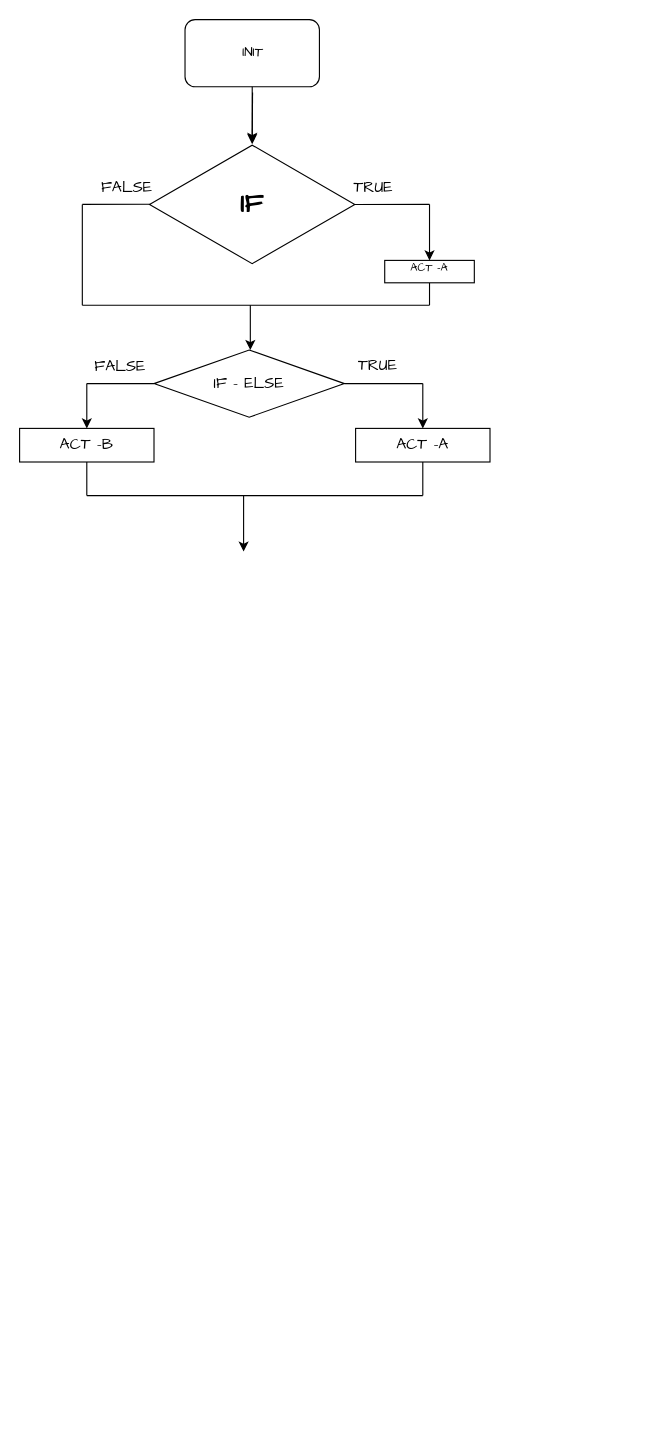
This is Diagrama-practica-0102.drawio from jlojimeagu/practica0102_GIThub, a draw.io file, before an edit. Source tidied: cells renumbered, new cells numbered last; positions are measured from the earlier drawing's top-left corner, leaving out a move shared by most shapes. Both pictures are drawn from the tidied source at 112%, with x=0, y=0 at pixel (19, 19).
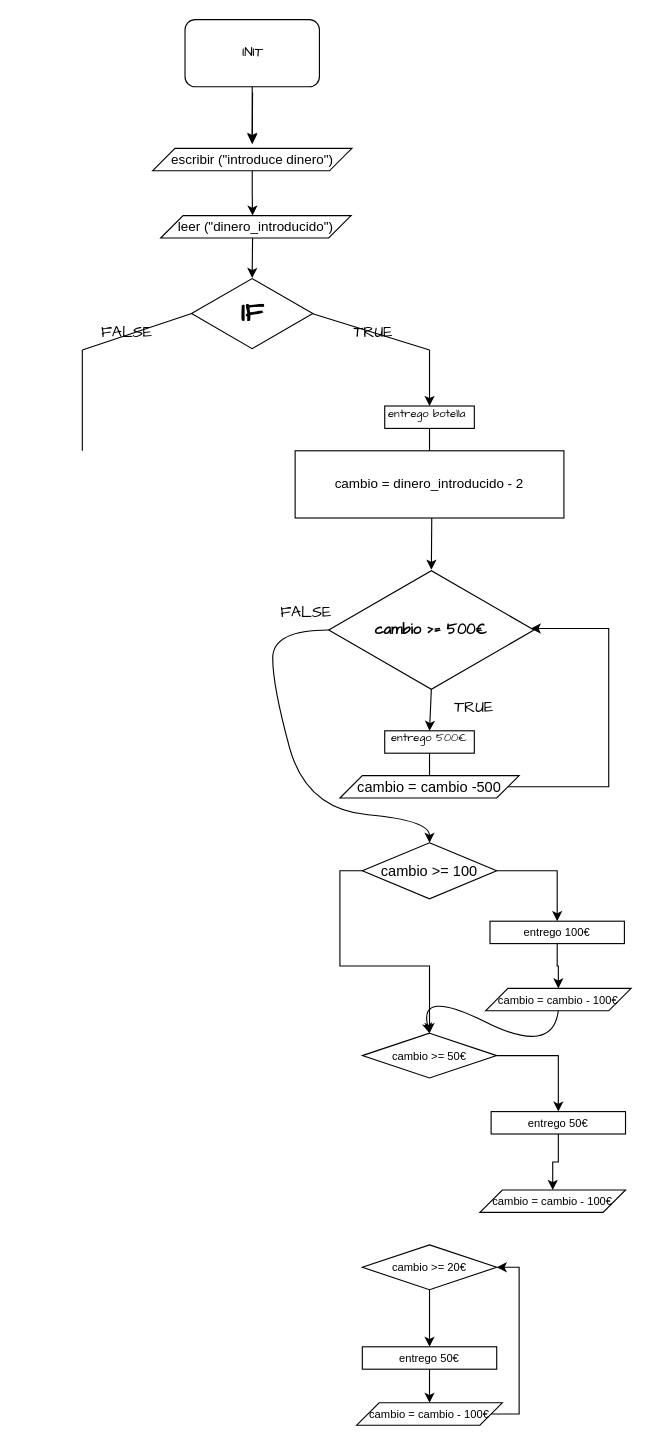
The same diagram, later.

Diff of the diagram source:
```diff
@@
-    <mxCell id="2" value="&lt;h4 style=&quot;font-size: 24px;&quot;&gt;IF&lt;/h4&gt;" style="html=1;whiteSpace=wrap;shape=isoRectangle;labelBackgroundColor=none;strokeColor=default;strokeWidth=1;fontFamily=Comic Sans MS;gradientColor=none;" parent="1" vertex="1">
-      <mxGeometry x="116" y="110" width="183.3" height="110" as="geometry" />
-    </mxCell>
-    <mxCell id="3" style="endArrow=none;html=1;rounded=0;fontFamily=Comic Sans MS;fontSize=24;entryX=0.002;entryY=0.499;entryDx=0;entryDy=0;entryPerimeter=0;" parent="1" edge="1" target="2">
-      <mxGeometry relative="1" as="geometry">
-        <mxPoint x="56" y="165" as="sourcePoint" />
-      </mxGeometry>
-    </mxCell>
-    <mxCell id="4" style="endArrow=none;html=1;rounded=0;fontFamily=Comic Sans MS;fontSize=24;" parent="1" edge="1">
-      <mxGeometry relative="1" as="geometry">
-        <mxPoint x="56" y="255" as="sourcePoint" />
-        <mxPoint x="56" y="165" as="targetPoint" />
-      </mxGeometry>
-    </mxCell>
-    <mxCell id="5" style="endArrow=none;html=1;rounded=0;fontFamily=Comic Sans MS;fontSize=24;" parent="1" edge="1">
-      <mxGeometry relative="1" as="geometry">
-        <mxPoint x="56" y="255" as="sourcePoint" />
-        <mxPoint x="366" y="255" as="targetPoint" />
-      </mxGeometry>
-    </mxCell>
-    <mxCell id="6" style="endArrow=none;html=1;rounded=0;fontFamily=Comic Sans MS;fontSize=24;" parent="1" edge="1">
-      <mxGeometry relative="1" as="geometry">
-        <mxPoint x="366" y="235" as="sourcePoint" />
-        <mxPoint x="366" y="255" as="targetPoint" />
-      </mxGeometry>
-    </mxCell>
-    <mxCell id="7" value="&lt;font size=&quot;1&quot;&gt;ACT -A&lt;/font&gt;" style="rounded=0;whiteSpace=wrap;html=1;labelBackgroundColor=none;strokeColor=default;strokeWidth=1;fontFamily=Comic Sans MS;fontSize=24;gradientColor=none;verticalAlign=bottom;align=center;" parent="1" vertex="1">
-      <mxGeometry x="326" y="215" width="80" height="20" as="geometry" />
-    </mxCell>
-    <mxCell id="8" style="endArrow=classic;html=1;rounded=0;fontFamily=Comic Sans MS;fontSize=14;entryX=0.5;entryY=0;entryDx=0;entryDy=0;" parent="1" edge="1" target="7">
-      <mxGeometry relative="1" as="geometry">
-        <mxPoint x="366" y="165" as="sourcePoint" />
-      </mxGeometry>
-    </mxCell>
-    <mxCell id="9" style="endArrow=none;html=1;rounded=0;fontFamily=Comic Sans MS;fontSize=14;exitX=0.999;exitY=0.501;exitDx=0;exitDy=0;exitPerimeter=0;" parent="1" edge="1" source="2">
-      <mxGeometry relative="1" as="geometry">
-        <mxPoint x="366" y="165" as="targetPoint" />
-      </mxGeometry>
-    </mxCell>
-    <mxCell id="10" style="endArrow=classic;html=1;rounded=0;fontFamily=Comic Sans MS;fontSize=14;entryX=0.5;entryY=0.011;entryDx=0;entryDy=0;entryPerimeter=0;" parent="1" edge="1" target="2">
+    <mxCell id="10" style="endArrow=classic;html=1;rounded=0;fontFamily=Comic Sans MS;fontSize=14;entryX=0.5;entryY=0.011;entryDx=0;entryDy=0;entryPerimeter=0;" parent="1" edge="1">
       <mxGeometry relative="1" as="geometry">
         <mxPoint x="208" y="65" as="sourcePoint" />
+        <mxPoint x="207.7" y="111.2" as="targetPoint" />
       </mxGeometry>
     </mxCell>
-    <mxCell id="11" style="endArrow=classic;html=1;rounded=0;fontFamily=Comic Sans MS;fontSize=14;" parent="1" edge="1">
-      <mxGeometry relative="1" as="geometry">
-        <mxPoint x="206" y="255" as="sourcePoint" />
-        <mxPoint x="206" y="295" as="targetPoint" />
-      </mxGeometry>
-    </mxCell>
-    <mxCell id="12" value="FALSE" style="text;html=1;strokeColor=none;fillColor=none;align=center;verticalAlign=middle;whiteSpace=wrap;rounded=0;labelBackgroundColor=none;strokeWidth=1;fontFamily=Comic Sans MS;fontSize=14;" parent="1" vertex="1">
-      <mxGeometry x="66" y="135" width="60" height="30" as="geometry" />
-    </mxCell>
-    <mxCell id="13" value="TRUE" style="text;html=1;strokeColor=none;fillColor=none;align=center;verticalAlign=middle;whiteSpace=wrap;rounded=0;labelBackgroundColor=none;strokeWidth=1;fontFamily=Comic Sans MS;fontSize=14;" parent="1" vertex="1">
-      <mxGeometry x="286" y="135" width="60" height="30" as="geometry" />
-    </mxCell>
@@
-    <mxCell id="17" value="IF - ELSE" style="rhombus;whiteSpace=wrap;html=1;labelBackgroundColor=none;strokeColor=default;strokeWidth=1;fontFamily=Comic Sans MS;fontSize=14;gradientColor=none;" parent="1" vertex="1">
-      <mxGeometry x="120" y="295" width="170" height="60" as="geometry" />
-    </mxCell>
-    <mxCell id="18" style="endArrow=none;html=1;rounded=0;fontFamily=Comic Sans MS;fontSize=14;entryX=0;entryY=0.5;entryDx=0;entryDy=0;" parent="1" edge="1" target="17">
-      <mxGeometry relative="1" as="geometry">
-        <mxPoint x="60" y="325" as="sourcePoint" />
-      </mxGeometry>
-    </mxCell>
-    <mxCell id="19" style="endArrow=classic;html=1;rounded=0;fontFamily=Comic Sans MS;fontSize=14;" parent="1" edge="1">
-      <mxGeometry relative="1" as="geometry">
-        <mxPoint x="60" y="325" as="sourcePoint" />
-        <mxPoint x="60" y="365" as="targetPoint" />
-      </mxGeometry>
-    </mxCell>
-    <mxCell id="20" value="ACT -B" style="rounded=0;whiteSpace=wrap;html=1;labelBackgroundColor=none;strokeColor=default;strokeWidth=1;fontFamily=Comic Sans MS;fontSize=14;gradientColor=none;" parent="1" vertex="1">
-      <mxGeometry y="365" width="120" height="30" as="geometry" />
-    </mxCell>
-    <mxCell id="21" style="endArrow=none;html=1;rounded=0;fontFamily=Comic Sans MS;fontSize=14;exitX=1;exitY=0.5;exitDx=0;exitDy=0;" parent="1" edge="1" source="17">
-      <mxGeometry relative="1" as="geometry">
-        <mxPoint x="360" y="325" as="targetPoint" />
-      </mxGeometry>
-    </mxCell>
-    <mxCell id="22" style="endArrow=classic;html=1;rounded=0;fontFamily=Comic Sans MS;fontSize=14;" parent="1" edge="1">
-      <mxGeometry relative="1" as="geometry">
-        <mxPoint x="360" y="325" as="sourcePoint" />
-        <mxPoint x="360" y="365" as="targetPoint" />
-      </mxGeometry>
-    </mxCell>
-    <mxCell id="23" value="ACT -A" style="rounded=0;whiteSpace=wrap;html=1;labelBackgroundColor=none;strokeColor=default;strokeWidth=1;fontFamily=Comic Sans MS;fontSize=14;gradientColor=none;" parent="1" vertex="1">
-      <mxGeometry x="300" y="365" width="120" height="30" as="geometry" />
-    </mxCell>
-    <mxCell id="24" value="FALSE" style="text;html=1;strokeColor=none;fillColor=none;align=center;verticalAlign=middle;whiteSpace=wrap;rounded=0;labelBackgroundColor=none;strokeWidth=1;fontFamily=Comic Sans MS;fontSize=14;" parent="1" vertex="1">
-      <mxGeometry x="60" y="295" width="60" height="30" as="geometry" />
-    </mxCell>
-    <mxCell id="25" value="TRUE" style="text;html=1;strokeColor=none;fillColor=none;align=center;verticalAlign=middle;whiteSpace=wrap;rounded=0;labelBackgroundColor=none;strokeWidth=1;fontFamily=Comic Sans MS;fontSize=14;" parent="1" vertex="1">
-      <mxGeometry x="290" y="294" width="60" height="30" as="geometry" />
-    </mxCell>
-    <mxCell id="26" style="endArrow=none;html=1;rounded=0;fontFamily=Comic Sans MS;fontSize=14;entryX=0.5;entryY=1;entryDx=0;entryDy=0;" parent="1" edge="1" target="20">
-      <mxGeometry relative="1" as="geometry">
-        <mxPoint x="60" y="425" as="sourcePoint" />
-      </mxGeometry>
-    </mxCell>
-    <mxCell id="27" style="endArrow=none;html=1;rounded=0;fontFamily=Comic Sans MS;fontSize=14;entryX=0.5;entryY=1;entryDx=0;entryDy=0;" parent="1" edge="1" target="23">
-      <mxGeometry relative="1" as="geometry">
-        <mxPoint x="360" y="425" as="sourcePoint" />
-      </mxGeometry>
-    </mxCell>
-    <mxCell id="28" style="endArrow=none;html=1;rounded=0;fontFamily=Comic Sans MS;fontSize=14;" parent="1" edge="1">
-      <mxGeometry relative="1" as="geometry">
-        <mxPoint x="60" y="425" as="sourcePoint" />
-        <mxPoint x="360" y="425" as="targetPoint" />
-      </mxGeometry>
-    </mxCell>
-    <mxCell id="29" style="endArrow=classic;html=1;rounded=0;fontFamily=Comic Sans MS;fontSize=14;" parent="1" edge="1">
-      <mxGeometry relative="1" as="geometry">
-        <mxPoint x="200" y="425" as="sourcePoint" />
-        <mxPoint x="200" y="475" as="targetPoint" />
-      </mxGeometry>
-    </mxCell>
+    <mxCell id="30" style="edgeStyle=orthogonalEdgeStyle;rounded=0;jettySize=auto;html=1;exitX=0.5;exitY=1;exitDx=0;exitDy=0;" parent="1" edge="1" source="31">
+      <mxGeometry relative="1" as="geometry">
+        <mxPoint x="208" y="175" as="targetPoint" />
+      </mxGeometry>
+    </mxCell>
+    <mxCell id="31" value="escribir (&quot;introduce dinero&quot;)" style="shape=parallelogram;perimeter=parallelogramPerimeter;whiteSpace=wrap;html=1;fixedSize=1;" parent="1" vertex="1">
+      <mxGeometry x="118.7" y="115" width="178" height="20" as="geometry" />
+    </mxCell>
+    <mxCell id="32" value="leer (&quot;dinero_introducido&quot;)" style="shape=parallelogram;perimeter=parallelogramPerimeter;whiteSpace=wrap;html=1;fixedSize=1;" parent="1" vertex="1">
+      <mxGeometry x="126" y="175" width="170" height="20" as="geometry" />
+    </mxCell>
+    <mxCell id="2" value="&lt;h4 style=&quot;font-size: 24px;&quot;&gt;IF&lt;/h4&gt;" style="html=1;whiteSpace=wrap;shape=isoRectangle;labelBackgroundColor=none;strokeColor=default;strokeWidth=1;fontFamily=Comic Sans MS;gradientColor=none;" parent="1" vertex="1">
+      <mxGeometry x="153.5" y="230" width="108.3" height="65" as="geometry" />
+    </mxCell>
+    <mxCell id="33" style="endArrow=none;html=1;rounded=0;fontFamily=Comic Sans MS;fontSize=24;entryX=0.002;entryY=0.499;entryDx=0;entryDy=0;entryPerimeter=0;" parent="1" edge="1" target="2">
+      <mxGeometry relative="1" as="geometry">
+        <mxPoint x="56" y="295" as="sourcePoint" />
+      </mxGeometry>
+    </mxCell>
+    <mxCell id="34" style="endArrow=none;html=1;rounded=0;fontFamily=Comic Sans MS;fontSize=24;" parent="1" edge="1">
+      <mxGeometry relative="1" as="geometry">
+        <mxPoint x="56" y="385" as="sourcePoint" />
+        <mxPoint x="56" y="295" as="targetPoint" />
+      </mxGeometry>
+    </mxCell>
+    <mxCell id="35" style="endArrow=none;html=1;rounded=0;fontFamily=Comic Sans MS;fontSize=24;" parent="1" edge="1">
+      <mxGeometry relative="1" as="geometry">
+        <mxPoint x="366" y="365" as="sourcePoint" />
+        <mxPoint x="366" y="385" as="targetPoint" />
+      </mxGeometry>
+    </mxCell>
+    <mxCell id="36" value="&lt;font size=&quot;1&quot;&gt;entrego botella&amp;nbsp;&lt;/font&gt;" style="rounded=0;whiteSpace=wrap;html=1;labelBackgroundColor=none;strokeColor=default;strokeWidth=1;fontFamily=Comic Sans MS;fontSize=24;gradientColor=none;verticalAlign=bottom;align=center;" parent="1" vertex="1">
+      <mxGeometry x="326" y="345" width="80" height="20" as="geometry" />
+    </mxCell>
+    <mxCell id="37" style="endArrow=classic;html=1;rounded=0;fontFamily=Comic Sans MS;fontSize=14;entryX=0.5;entryY=0;entryDx=0;entryDy=0;" parent="1" edge="1" target="36">
+      <mxGeometry relative="1" as="geometry">
+        <mxPoint x="366" y="295" as="sourcePoint" />
+      </mxGeometry>
+    </mxCell>
+    <mxCell id="38" style="endArrow=none;html=1;rounded=0;fontFamily=Comic Sans MS;fontSize=14;exitX=0.999;exitY=0.501;exitDx=0;exitDy=0;exitPerimeter=0;" parent="1" edge="1" source="2">
+      <mxGeometry relative="1" as="geometry">
+        <mxPoint x="366" y="295" as="targetPoint" />
+      </mxGeometry>
+    </mxCell>
+    <mxCell id="39" style="endArrow=classic;html=1;rounded=0;fontFamily=Comic Sans MS;fontSize=14;entryX=0.5;entryY=0.011;entryDx=0;entryDy=0;entryPerimeter=0;" parent="1" edge="1" target="2">
+      <mxGeometry relative="1" as="geometry">
+        <mxPoint x="208" y="195" as="sourcePoint" />
+      </mxGeometry>
+    </mxCell>
+    <mxCell id="40" value="FALSE" style="text;html=1;strokeColor=none;fillColor=none;align=center;verticalAlign=middle;whiteSpace=wrap;rounded=0;labelBackgroundColor=none;strokeWidth=1;fontFamily=Comic Sans MS;fontSize=14;" parent="1" vertex="1">
+      <mxGeometry x="66" y="265" width="60" height="30" as="geometry" />
+    </mxCell>
+    <mxCell id="41" value="TRUE" style="text;html=1;strokeColor=none;fillColor=none;align=center;verticalAlign=middle;whiteSpace=wrap;rounded=0;labelBackgroundColor=none;strokeWidth=1;fontFamily=Comic Sans MS;fontSize=14;" parent="1" vertex="1">
+      <mxGeometry x="286" y="265" width="60" height="30" as="geometry" />
+    </mxCell>
+    <mxCell id="42" value="cambio = dinero_introducido - 2" style="rounded=0;whiteSpace=wrap;html=1;" parent="1" vertex="1">
+      <mxGeometry x="246" y="385" width="240" height="60" as="geometry" />
+    </mxCell>
+    <mxCell id="43" value="&lt;h4 style=&quot;font-size: 13px;&quot;&gt;cambio &amp;gt;= 500€&lt;/h4&gt;" style="html=1;whiteSpace=wrap;shape=isoRectangle;labelBackgroundColor=none;strokeColor=default;strokeWidth=1;fontFamily=Comic Sans MS;gradientColor=none;" parent="1" vertex="1">
+      <mxGeometry x="276" y="490" width="183.3" height="110" as="geometry" />
+    </mxCell>
+    <mxCell id="44" style="endArrow=none;html=1;rounded=0;fontFamily=Comic Sans MS;fontSize=24;" parent="1" edge="1">
+      <mxGeometry relative="1" as="geometry">
+        <mxPoint x="366" y="655" as="sourcePoint" />
+        <mxPoint x="366" y="675" as="targetPoint" />
+      </mxGeometry>
+    </mxCell>
+    <mxCell id="45" value="&lt;font size=&quot;1&quot;&gt;entrego 500€&lt;/font&gt;" style="rounded=0;whiteSpace=wrap;html=1;labelBackgroundColor=none;strokeColor=default;strokeWidth=1;fontFamily=Comic Sans MS;fontSize=24;gradientColor=none;verticalAlign=bottom;align=center;" parent="1" vertex="1">
+      <mxGeometry x="326" y="635" width="80" height="20" as="geometry" />
+    </mxCell>
+    <mxCell id="46" style="endArrow=classic;html=1;rounded=0;fontFamily=Comic Sans MS;fontSize=14;entryX=0.5;entryY=0.011;entryDx=0;entryDy=0;entryPerimeter=0;" parent="1" edge="1" target="43">
+      <mxGeometry relative="1" as="geometry">
+        <mxPoint x="368" y="445" as="sourcePoint" />
+      </mxGeometry>
+    </mxCell>
+    <mxCell id="47" value="FALSE" style="text;html=1;strokeColor=none;fillColor=none;align=center;verticalAlign=middle;whiteSpace=wrap;rounded=0;labelBackgroundColor=none;strokeWidth=1;fontFamily=Comic Sans MS;fontSize=14;" parent="1" vertex="1">
+      <mxGeometry x="226" y="515" width="60" height="30" as="geometry" />
+    </mxCell>
+    <mxCell id="48" value="TRUE" style="text;html=1;strokeColor=none;fillColor=none;align=center;verticalAlign=middle;whiteSpace=wrap;rounded=0;labelBackgroundColor=none;strokeWidth=1;fontFamily=Comic Sans MS;fontSize=14;" parent="1" vertex="1">
+      <mxGeometry x="376" y="600" width="60" height="30" as="geometry" />
+    </mxCell>
+    <mxCell id="49" style="endArrow=classic;html=1;rounded=0;fontSize=13;exitX=0.5;exitY=0.979;exitDx=0;exitDy=0;exitPerimeter=0;entryX=0.5;entryY=0;entryDx=0;entryDy=0;" parent="1" edge="1" source="43" target="45">
+      <mxGeometry relative="1" as="geometry" />
+    </mxCell>
+    <mxCell id="50" style="edgeStyle=orthogonalEdgeStyle;rounded=0;jettySize=auto;html=1;exitX=1;exitY=0.5;exitDx=0;exitDy=0;entryX=0.984;entryY=0.488;entryDx=0;entryDy=0;entryPerimeter=0;fontSize=13;" parent="1" edge="1" source="51" target="43">
+      <mxGeometry relative="1" as="geometry">
+        <Array as="points">
+          <mxPoint x="526" y="685" />
+          <mxPoint x="526" y="544" />
+        </Array>
+      </mxGeometry>
+    </mxCell>
+    <mxCell id="51" value="cambio = cambio -500" style="shape=parallelogram;perimeter=parallelogramPerimeter;whiteSpace=wrap;html=1;fixedSize=1;fontSize=13;" parent="1" vertex="1">
+      <mxGeometry x="286" y="675" width="160" height="20" as="geometry" />
+    </mxCell>
+    <mxCell id="52" style="curved=1;endArrow=classic;html=1;rounded=0;fontSize=13;exitX=0;exitY=0.5;exitDx=0;exitDy=0;exitPerimeter=0;" parent="1" edge="1" source="43">
+      <mxGeometry relative="1" as="geometry">
+        <mxPoint x="366" y="735" as="targetPoint" />
+        <Array as="points">
+          <mxPoint x="226" y="545" />
+          <mxPoint x="226" y="595" />
+          <mxPoint x="256" y="705" />
+          <mxPoint x="366" y="715" />
+        </Array>
+      </mxGeometry>
+    </mxCell>
+    <mxCell id="53" style="edgeStyle=orthogonalEdgeStyle;rounded=0;jettySize=auto;html=1;exitX=1;exitY=0.5;exitDx=0;exitDy=0;entryX=0.5;entryY=0;entryDx=0;entryDy=0;fontSize=10;" parent="1" edge="1" source="55" target="57">
+      <mxGeometry relative="1" as="geometry" />
+    </mxCell>
+    <mxCell id="54" style="edgeStyle=orthogonalEdgeStyle;rounded=0;jettySize=auto;html=1;exitX=0;exitY=0.5;exitDx=0;exitDy=0;entryX=0.5;entryY=0;entryDx=0;entryDy=0;fontSize=10;" parent="1" edge="1" source="55" target="60">
+      <mxGeometry relative="1" as="geometry" />
+    </mxCell>
+    <mxCell id="55" value="cambio &amp;gt;= 100" style="rhombus;whiteSpace=wrap;html=1;fontSize=13;" parent="1" vertex="1">
+      <mxGeometry x="306" y="735" width="120" height="50" as="geometry" />
+    </mxCell>
+    <mxCell id="56" style="edgeStyle=orthogonalEdgeStyle;rounded=0;jettySize=auto;html=1;exitX=0.5;exitY=1;exitDx=0;exitDy=0;entryX=0.5;entryY=0;entryDx=0;entryDy=0;fontSize=10;" parent="1" edge="1" source="57" target="58">
+      <mxGeometry relative="1" as="geometry" />
+    </mxCell>
+    <mxCell id="57" value="entrego 100€" style="rounded=0;whiteSpace=wrap;html=1;fontSize=10;" parent="1" vertex="1">
+      <mxGeometry x="420" y="805" width="120" height="20" as="geometry" />
+    </mxCell>
+    <mxCell id="58" value="cambio = cambio - 100€" style="shape=parallelogram;perimeter=parallelogramPerimeter;whiteSpace=wrap;html=1;fixedSize=1;fontSize=10;" parent="1" vertex="1">
+      <mxGeometry x="416" y="865" width="130" height="20" as="geometry" />
+    </mxCell>
+    <mxCell id="59" style="edgeStyle=orthogonalEdgeStyle;rounded=0;jettySize=auto;html=1;exitX=1;exitY=0.5;exitDx=0;exitDy=0;entryX=0.5;entryY=0;entryDx=0;entryDy=0;fontSize=10;" parent="1" edge="1" source="60" target="63">
+      <mxGeometry relative="1" as="geometry" />
+    </mxCell>
+    <mxCell id="60" value="cambio &amp;gt;= 50€" style="rhombus;whiteSpace=wrap;html=1;fontSize=10;" parent="1" vertex="1">
+      <mxGeometry x="306" y="905" width="120" height="40" as="geometry" />
+    </mxCell>
+    <mxCell id="61" style="curved=1;endArrow=classic;html=1;rounded=0;fontSize=10;exitX=0.5;exitY=1;exitDx=0;exitDy=0;entryX=0.5;entryY=0;entryDx=0;entryDy=0;" parent="1" edge="1" source="58" target="60">
+      <mxGeometry relative="1" as="geometry">
+        <Array as="points">
+          <mxPoint x="476" y="925" />
+          <mxPoint x="356" y="865" />
+        </Array>
+      </mxGeometry>
+    </mxCell>
+    <mxCell id="62" style="edgeStyle=orthogonalEdgeStyle;rounded=0;jettySize=auto;html=1;fontSize=10;" parent="1" edge="1" source="63" target="64">
+      <mxGeometry relative="1" as="geometry" />
+    </mxCell>
+    <mxCell id="63" value="entrego 50€" style="rounded=0;whiteSpace=wrap;html=1;fontSize=10;" parent="1" vertex="1">
+      <mxGeometry x="421" y="975" width="120" height="20" as="geometry" />
+    </mxCell>
+    <mxCell id="64" value="cambio = cambio - 100€" style="shape=parallelogram;perimeter=parallelogramPerimeter;whiteSpace=wrap;html=1;fixedSize=1;fontSize=10;" parent="1" vertex="1">
+      <mxGeometry x="411" y="1045" width="130" height="20" as="geometry" />
+    </mxCell>
+    <mxCell id="65" style="edgeStyle=orthogonalEdgeStyle;rounded=0;jettySize=auto;html=1;fontSize=10;" parent="1" edge="1" source="66" target="68">
+      <mxGeometry relative="1" as="geometry" />
+    </mxCell>
+    <mxCell id="66" value="cambio &amp;gt;= 20€" style="rhombus;whiteSpace=wrap;html=1;fontSize=10;" parent="1" vertex="1">
+      <mxGeometry x="306" y="1094" width="120" height="40" as="geometry" />
+    </mxCell>
+    <mxCell id="67" style="edgeStyle=orthogonalEdgeStyle;rounded=0;jettySize=auto;html=1;fontSize=10;" parent="1" edge="1" source="68" target="70">
+      <mxGeometry relative="1" as="geometry" />
+    </mxCell>
+    <mxCell id="68" value="entrego 50€" style="rounded=0;whiteSpace=wrap;html=1;fontSize=10;" parent="1" vertex="1">
+      <mxGeometry x="306" y="1185" width="120" height="20" as="geometry" />
+    </mxCell>
+    <mxCell id="69" style="edgeStyle=orthogonalEdgeStyle;rounded=0;jettySize=auto;html=1;exitX=1;exitY=0.5;exitDx=0;exitDy=0;entryX=1;entryY=0.5;entryDx=0;entryDy=0;fontSize=10;" parent="1" edge="1" source="70" target="66">
+      <mxGeometry relative="1" as="geometry">
+        <Array as="points">
+          <mxPoint x="446" y="1245" />
+          <mxPoint x="446" y="1114" />
+        </Array>
+      </mxGeometry>
+    </mxCell>
+    <mxCell id="70" value="cambio = cambio - 100€" style="shape=parallelogram;perimeter=parallelogramPerimeter;whiteSpace=wrap;html=1;fixedSize=1;fontSize=10;" parent="1" vertex="1">
+      <mxGeometry x="301" y="1235" width="130" height="20" as="geometry" />
+    </mxCell>
```
